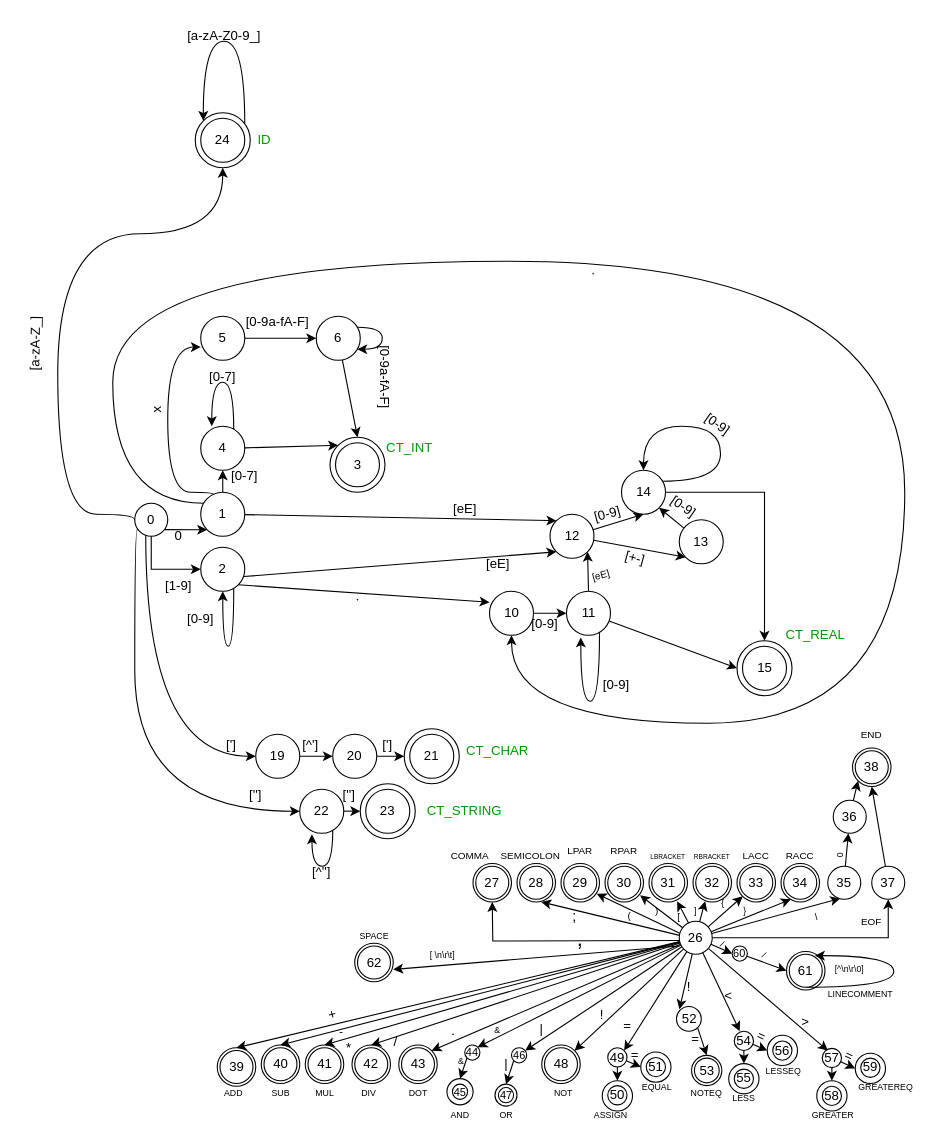
BlackCounterHD/CCompiler keeps this draw.io diagram as resources/final_diagram5.drawio. Above is the earlier version. Source tidied: cells renumbered, new cells numbered last; positions are measured from the earlier drawing's top-left corner, leaving out a move shared by most shapes. Both pictures are drawn from the tidied source at 110%, with x=0, y=0 at pixel (2, 19).
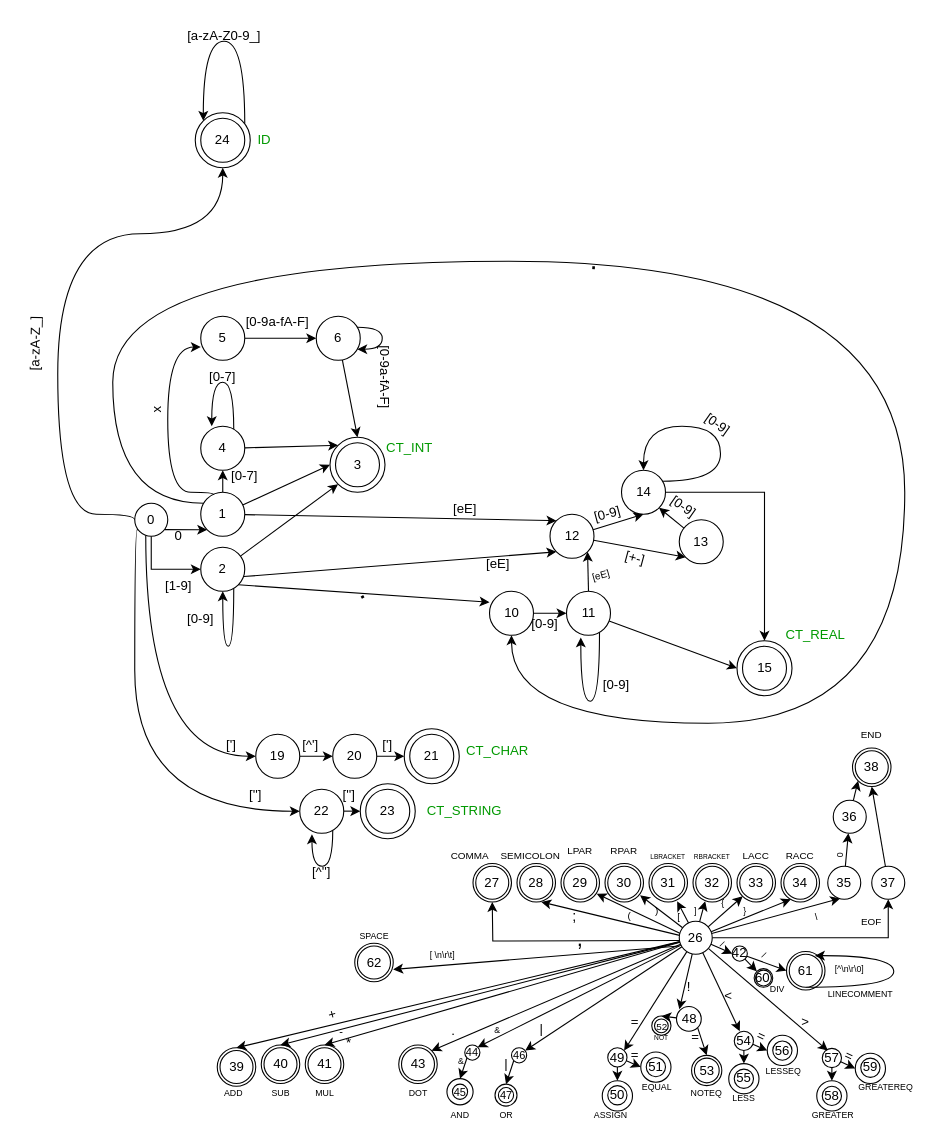
Above is the later version.

Unchanged cells that the change refers to:
```xml
<mxCell id="11" value="1" style="ellipse;whiteSpace=wrap;html=1;" parent="1" vertex="1">
  <mxGeometry x="180" y="430" width="40" height="40" as="geometry" />
</mxCell>
<mxCell id="14" style="ellipse;whiteSpace=wrap;html=1;fillColor=none;" parent="1" vertex="1">
  <mxGeometry x="297.5" y="380" width="50" height="50" as="geometry" />
</mxCell>
<mxCell id="16" value="2" style="ellipse;whiteSpace=wrap;html=1;" parent="1" vertex="1">
  <mxGeometry x="180" y="480" width="40" height="40" as="geometry" />
</mxCell>
<mxCell id="90" value="26" style="ellipse;whiteSpace=wrap;html=1;" parent="1" vertex="1">
  <mxGeometry x="615" y="820" width="30" height="30" as="geometry" />
</mxCell>
```

Diff of the diagram source:
```diff
@@
+    <mxCell id="249" style="rounded=0;jettySize=auto;html=1;entryX=0;entryY=0.5;entryDx=0;entryDy=0;" parent="1" edge="1" source="11" target="14">
+      <mxGeometry relative="1" as="geometry" />
+    </mxCell>
@@
+    <mxCell id="250" style="rounded=0;jettySize=auto;html=1;entryX=0;entryY=1;entryDx=0;entryDy=0;" parent="1" edge="1" source="16" target="14">
+      <mxGeometry relative="1" as="geometry" />
+    </mxCell>
@@
-    <mxCell id="36" value="." style="text;html=1;whiteSpace=wrap;strokeColor=none;fillColor=none;align=center;verticalAlign=middle;rounded=0;rotation=-120;" parent="1" vertex="1">
+    <mxCell id="36" value="&lt;font style=&quot;font-size: 25px;&quot;&gt;.&lt;/font&gt;" style="text;html=1;whiteSpace=wrap;strokeColor=none;fillColor=none;align=center;verticalAlign=middle;rounded=0;rotation=-120;" parent="1" vertex="1">
       <mxGeometry x="290" y="515" width="60" height="30" as="geometry" />
     </mxCell>
@@
-    <mxCell id="79" style="rounded=0;jettySize=auto;html=1;entryX=0.5;entryY=0;entryDx=0;entryDy=0;" parent="1" edge="1" source="90" target="134">
-      <mxGeometry relative="1" as="geometry" />
-    </mxCell>
@@
-    <mxCell id="83" style="rounded=0;jettySize=auto;html=1;entryX=1;entryY=0;entryDx=0;entryDy=0;" parent="1" edge="1" source="90" target="141">
-      <mxGeometry relative="1" as="geometry" />
-    </mxCell>
@@
     <mxCell id="134" style="ellipse;whiteSpace=wrap;html=1;fillColor=none;" parent="1" vertex="1">
-      <mxGeometry x="317.5" y="932.5" width="35" height="35" as="geometry" />
+      <mxGeometry x="683.1" y="863.1" width="16.9" height="16.9" as="geometry" />
     </mxCell>
-    <mxCell id="135" value="42" style="ellipse;whiteSpace=wrap;html=1;" parent="1" vertex="1">
-      <mxGeometry x="320" y="935" width="30" height="30" as="geometry" />
+    <mxCell id="135" value="60" style="ellipse;whiteSpace=wrap;html=1;" parent="1" vertex="1">
+      <mxGeometry x="684.4" y="864.4" width="14.4" height="14.4" as="geometry" />
     </mxCell>
@@
     <mxCell id="141" style="ellipse;whiteSpace=wrap;html=1;fillColor=none;" parent="1" vertex="1">
-      <mxGeometry x="490" y="932.5" width="35" height="35" as="geometry" />
+      <mxGeometry x="590" y="906.2" width="17.5" height="17.5" as="geometry" />
     </mxCell>
-    <mxCell id="142" value="48" style="ellipse;whiteSpace=wrap;html=1;" parent="1" vertex="1">
-      <mxGeometry x="492.5" y="935" width="30" height="30" as="geometry" />
+    <mxCell id="142" value="&lt;font style=&quot;font-size: 9px;&quot;&gt;52&lt;/font&gt;" style="ellipse;whiteSpace=wrap;html=1;" parent="1" vertex="1">
+      <mxGeometry x="592.5" y="908.8" width="12.5" height="12.5" as="geometry" />
     </mxCell>
@@
+    <mxCell id="251" style="rounded=0;jettySize=auto;html=1;entryX=0.5;entryY=0;entryDx=0;entryDy=0;" parent="1" edge="1" source="144" target="141">
+      <mxGeometry relative="1" as="geometry" />
+    </mxCell>
-    <mxCell id="144" value="52" style="ellipse;whiteSpace=wrap;html=1;" parent="1" vertex="1">
+    <mxCell id="144" value="48" style="ellipse;whiteSpace=wrap;html=1;" parent="1" vertex="1">
       <mxGeometry x="612.5" y="897.5" width="22.5" height="22.5" as="geometry" />
     </mxCell>
@@
     <mxCell id="156" value="&lt;font style=&quot;font-size: 8px;&quot;&gt;DIV&lt;/font&gt;" style="text;html=1;whiteSpace=wrap;strokeColor=none;fillColor=none;align=center;verticalAlign=middle;rounded=0;" parent="1" vertex="1">
-      <mxGeometry x="302.5" y="960" width="60" height="30" as="geometry" />
+      <mxGeometry x="692.5" y="875" width="22.5" height="11.9" as="geometry" />
     </mxCell>
@@
-    <mxCell id="159" value="&lt;font style=&quot;font-size: 8px;&quot;&gt;NOT&lt;/font&gt;" style="text;html=1;whiteSpace=wrap;strokeColor=none;fillColor=none;align=center;verticalAlign=middle;rounded=0;" parent="1" vertex="1">
-      <mxGeometry x="480" y="960" width="60" height="30" as="geometry" />
+    <mxCell id="159" value="&lt;font style=&quot;font-size: 6px;&quot;&gt;NOT&lt;/font&gt;" style="text;html=1;whiteSpace=wrap;strokeColor=none;fillColor=none;align=center;verticalAlign=middle;rounded=0;" parent="1" vertex="1">
+      <mxGeometry x="588.8" y="916.9" width="20" height="15" as="geometry" />
     </mxCell>
@@
     <mxCell id="169" value="*" style="text;html=1;whiteSpace=wrap;strokeColor=none;fillColor=none;align=center;verticalAlign=middle;rounded=0;" parent="1" vertex="1">
-      <mxGeometry x="285" y="920" width="60" height="30" as="geometry" />
+      <mxGeometry x="305" y="926.9" width="20" height="8.8" as="geometry" />
     </mxCell>
-    <mxCell id="170" value="/" style="text;html=1;whiteSpace=wrap;strokeColor=none;fillColor=none;align=center;verticalAlign=middle;rounded=0;" parent="1" vertex="1">
-      <mxGeometry x="335" y="920" width="45" height="20" as="geometry" />
-    </mxCell>
@@
-    <mxCell id="174" value="!" style="text;html=1;whiteSpace=wrap;strokeColor=none;fillColor=none;align=center;verticalAlign=middle;rounded=0;" parent="1" vertex="1">
-      <mxGeometry x="515" y="890" width="60" height="30" as="geometry" />
-    </mxCell>
     <mxCell id="175" value="=" style="text;html=1;whiteSpace=wrap;strokeColor=none;fillColor=none;align=center;verticalAlign=middle;rounded=0;" parent="1" vertex="1">
-      <mxGeometry x="537.5" y="900" width="60" height="30" as="geometry" />
+      <mxGeometry x="566.2" y="906.9" width="17.5" height="10" as="geometry" />
     </mxCell>
@@
     <mxCell id="208" value="=" style="text;html=1;whiteSpace=wrap;strokeColor=none;fillColor=none;align=center;verticalAlign=middle;rounded=0;" parent="1" vertex="1">
-      <mxGeometry x="600" y="911.9" width="60" height="30" as="geometry" />
+      <mxGeometry x="625" y="919.1" width="10" height="11.9" as="geometry" />
     </mxCell>
@@
+    <mxCell id="252" style="rounded=0;jettySize=auto;html=1;entryX=0;entryY=0;entryDx=0;entryDy=0;" parent="1" edge="1" source="226" target="134">
+      <mxGeometry relative="1" as="geometry" />
+    </mxCell>
-    <mxCell id="226" value="&lt;font style=&quot;font-size: 10px;&quot;&gt;60&lt;/font&gt;" style="ellipse;whiteSpace=wrap;html=1;" parent="1" vertex="1">
+    <mxCell id="226" value="42" style="ellipse;whiteSpace=wrap;html=1;" parent="1" vertex="1">
       <mxGeometry x="663.1" y="842.5" width="13.8" height="13.8" as="geometry" />
     </mxCell>
@@
-    <mxCell id="248" value="." style="text;html=1;whiteSpace=wrap;strokeColor=none;fillColor=none;align=center;verticalAlign=middle;rounded=0;rotation=-176;" parent="1" vertex="1">
+    <mxCell id="248" value="&lt;font style=&quot;font-size: 25px;&quot;&gt;.&lt;/font&gt;" style="text;html=1;whiteSpace=wrap;strokeColor=none;fillColor=none;align=center;verticalAlign=middle;rounded=0;rotation=-176;" parent="1" vertex="1">
       <mxGeometry x="507.5" y="220" width="60" height="30" as="geometry" />
     </mxCell>
```
